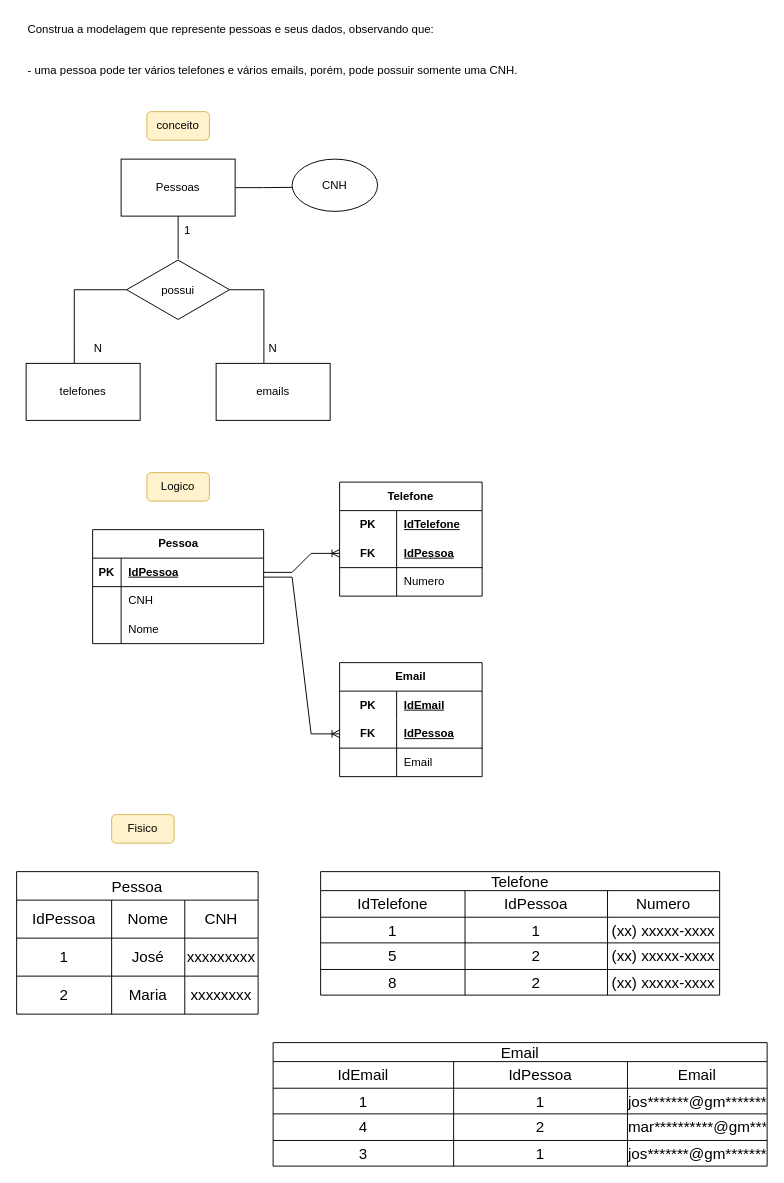
Above: exercicio_1_1/pessoas.drawio in Marqzzs/senai_sprint1_bd (draw.io), before the change. Source tidied: cells renumbered, new cells numbered last; positions are measured from the earlier drawing's top-left corner, leaving out a move shared by most shapes. Both pictures are drawn from the tidied source at 95%, with x=0, y=0 at pixel (16, 16).
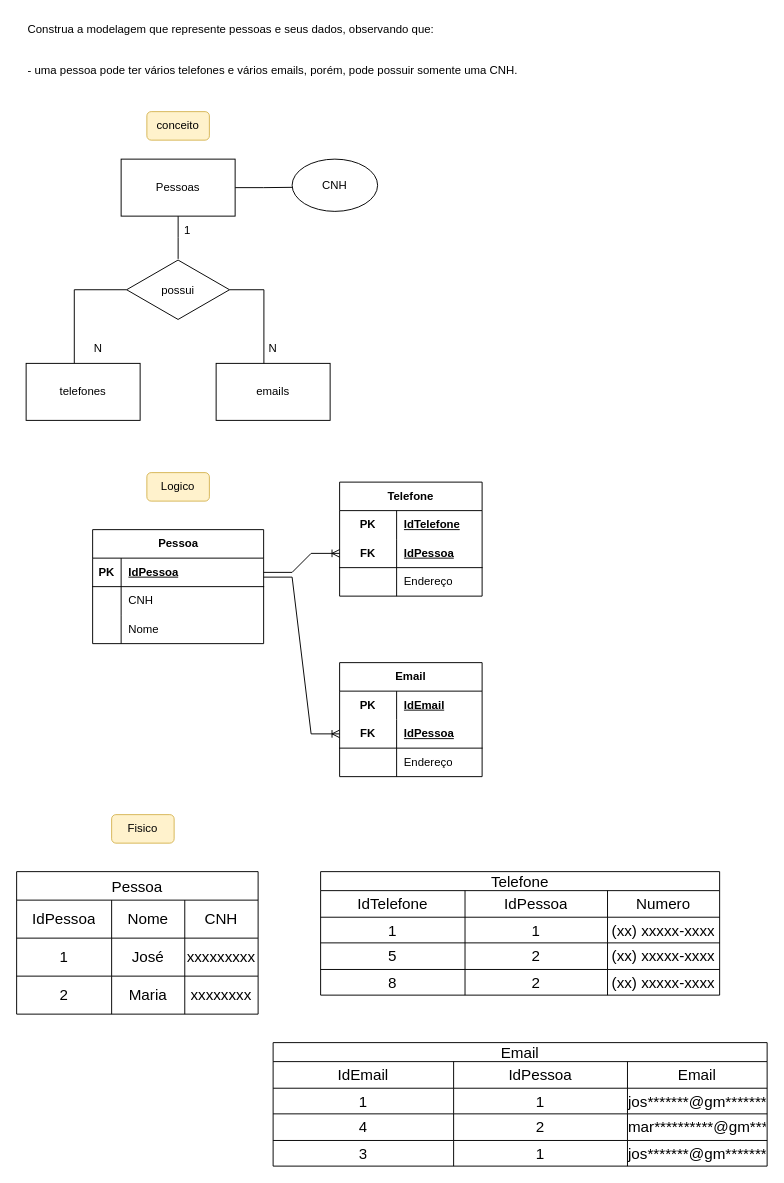
After the change.

The change refers to these unchanged cells:
```xml
<mxCell id="34" style="shape=tableRow;horizontal=0;startSize=0;swimlaneHead=0;swimlaneBody=0;fillColor=none;top=0;left=0;right=0;bottom=0;html=1;" parent="27" vertex="1">
  <mxGeometry y="90" width="150" height="30" as="geometry" />
</mxCell>
<mxCell id="44" style="shape=tableRow;horizontal=0;startSize=0;swimlaneHead=0;swimlaneBody=0;fillColor=none;top=0;left=0;right=0;bottom=0;html=1;" parent="37" vertex="1">
  <mxGeometry y="90" width="150" height="30" as="geometry" />
</mxCell>
```

Change to the diagram source:
```diff
@@
-    <mxCell id="36" value="Numero" style="shape=partialRectangle;fillColor=none;top=0;left=0;bottom=0;right=0;align=left;spacingLeft=6;overflow=hidden;html=1;whiteSpace=wrap;" parent="34" vertex="1">
+    <mxCell id="36" value="Endereço" style="shape=partialRectangle;fillColor=none;top=0;left=0;bottom=0;right=0;align=left;spacingLeft=6;overflow=hidden;html=1;whiteSpace=wrap;" parent="34" vertex="1">
       <mxGeometry x="60" width="90" height="30" as="geometry" />
     </mxCell>
@@
-    <mxCell id="46" value="Email" style="shape=partialRectangle;fillColor=none;top=0;left=0;bottom=0;right=0;align=left;spacingLeft=6;overflow=hidden;html=1;whiteSpace=wrap;" parent="44" vertex="1">
+    <mxCell id="46" value="Endereço" style="shape=partialRectangle;fillColor=none;top=0;left=0;bottom=0;right=0;align=left;spacingLeft=6;overflow=hidden;html=1;whiteSpace=wrap;" parent="44" vertex="1">
       <mxGeometry x="60" width="90" height="30" as="geometry" />
     </mxCell>
```
